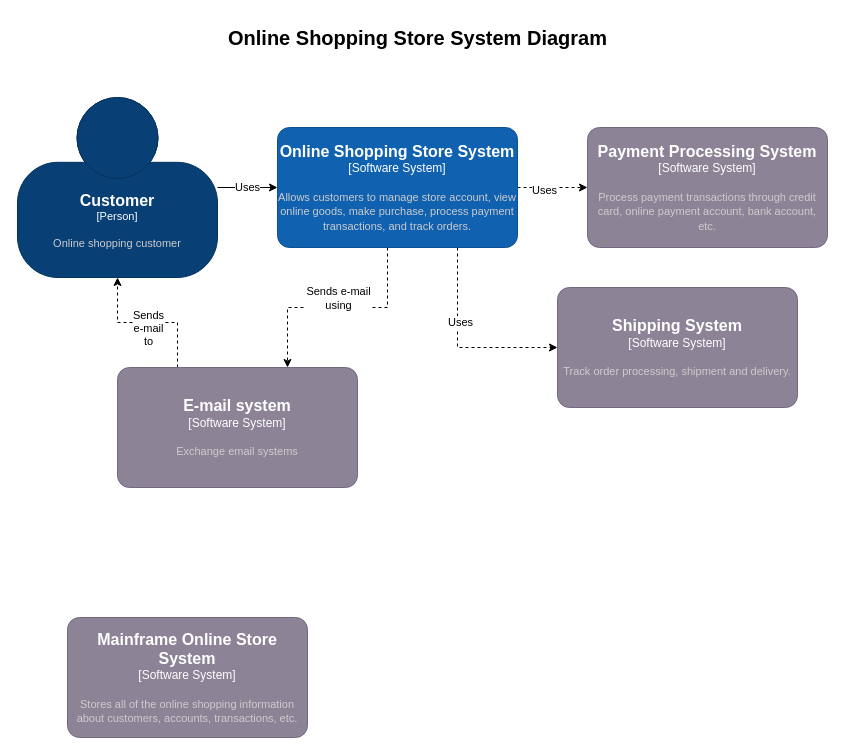
ilvfruits/hello-world keeps this draw.io diagram as OnlineStoreSystemDiagram.drawio. Above is the earlier version. Source tidied: cells renumbered, new cells numbered last; positions are measured from the earlier drawing's top-left corner, leaving out a move shared by most shapes. Both pictures are drawn from the tidied source at 100%, with x=0, y=0 at pixel (17, 17).
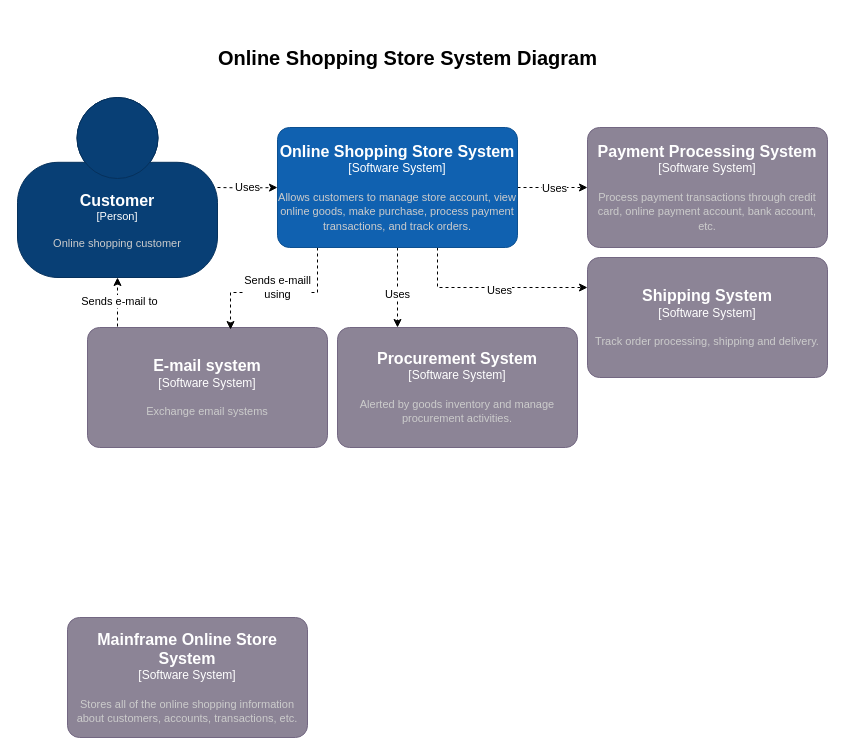
After the change.

Unchanged cells that the change refers to:
```xml
<object id="3" label="&lt;font style=&quot;font-size: 16px&quot;&gt;&lt;b&gt;%c4Name%&lt;/b&gt;&lt;/font&gt;&lt;div&gt;[%c4Type%]&lt;/div&gt;&lt;br&gt;&lt;div&gt;&lt;font style=&quot;font-size: 11px&quot;&gt;&lt;font color=&quot;#cccccc&quot;&gt;%c4Description%&lt;/font&gt;&lt;/div&gt;" c4Description="Online shopping customer" c4Name="Customer" c4Type="Person" placeholders="1">
  <mxCell style="html=1;fontSize=11;dashed=0;whiteSpace=wrap;fillColor=#083F75;strokeColor=#06315C;fontColor=#ffffff;shape=mxgraph.c4.person2;align=center;points=[[0.5,0,0],[1,0.5,0],[1,0.75,0],[0.75,1,0],[0.5,1,0],[0.25,1,0],[0,0.75,0],[0,0.5,0]];" parent="1" vertex="1">
    <mxGeometry y="80" width="200" height="180" as="geometry" />
  </mxCell>
</object>
<object id="14" label="&lt;font style=&quot;font-size: 16px&quot;&gt;&lt;b&gt;%c4Name%&lt;/b&gt;&lt;/font&gt;&lt;div&gt;[%c4Type%]&lt;/div&gt;&lt;br&gt;&lt;div&gt;&lt;font style=&quot;font-size: 11px&quot;&gt;&lt;font color=&quot;#cccccc&quot;&gt;%c4Description%&lt;/font&gt;&lt;/div&gt;" c4Description="Allows customers to manage store account, view online goods, make purchase, process payment transactions, and track orders." c4Name="Online Shopping Store System" c4Type="Software System" placeholders="1">
  <mxCell style="rounded=1;whiteSpace=wrap;html=1;labelBackgroundColor=none;fillColor=#1061B0;fontColor=#ffffff;align=center;arcSize=10;strokeColor=#0D5091;points=[[0.25,0,0],[0.5,0,0],[0.75,0,0],[1,0.25,0],[1,0.5,0],[1,0.75,0],[0.75,1,0],[0.5,1,0],[0.25,1,0],[0,0.75,0],[0,0.5,0],[0,0.25,0]];" parent="1" vertex="1">
    <mxGeometry x="260" y="110" width="240" height="120" as="geometry" />
  </mxCell>
</object>
<object id="15" label="&lt;font style=&quot;font-size: 16px&quot;&gt;&lt;b&gt;%c4Name%&lt;/b&gt;&lt;/font&gt;&lt;div&gt;[%c4Type%]&lt;/div&gt;&lt;br&gt;&lt;div&gt;&lt;font style=&quot;font-size: 11px&quot;&gt;&lt;font color=&quot;#cccccc&quot;&gt;%c4Description%&lt;/font&gt;&lt;/div&gt;" c4Description="Process payment transactions through credit card, online payment account, bank account, etc." c4Name="Payment Processing System" c4Type="Software System" placeholders="1">
  <mxCell style="rounded=1;whiteSpace=wrap;html=1;labelBackgroundColor=none;fillColor=#8C8496;fontColor=#ffffff;align=center;arcSize=10;strokeColor=#736782;points=[[0.25,0,0],[0.5,0,0],[0.75,0,0],[1,0.25,0],[1,0.5,0],[1,0.75,0],[0.75,1,0],[0.5,1,0],[0.25,1,0],[0,0.75,0],[0,0.5,0],[0,0.25,0]];" parent="1" vertex="1">
    <mxGeometry x="570" y="110" width="240" height="120" as="geometry" />
  </mxCell>
</object>
```

Diff of the diagram source:
```diff
@@
-    <mxCell id="2" value="Uses" style="edgeStyle=orthogonalEdgeStyle;rounded=0;jettySize=auto;html=1;" parent="1" edge="1" source="3" target="14">
-      <mxGeometry relative="1" as="geometry" />
+    <mxCell id="2" value="Uses" style="edgeStyle=orthogonalEdgeStyle;rounded=0;jettySize=auto;html=1;dashed=1;" parent="1" edge="1" target="14">
+      <mxGeometry relative="1" as="geometry">
+        <mxPoint x="200" y="170" as="sourcePoint" />
+      </mxGeometry>
     </mxCell>
@@
-    <mxCell id="4" style="edgeStyle=orthogonalEdgeStyle;rounded=0;jettySize=auto;html=1;dashed=1;" parent="1" edge="1" source="6" target="3">
-      <mxGeometry relative="1" as="geometry">
-        <Array as="points">
-          <mxPoint x="160" y="305" />
-          <mxPoint x="100" y="305" />
-        </Array>
-      </mxGeometry>
+    <mxCell id="4" style="edgeStyle=orthogonalEdgeStyle;rounded=0;jettySize=auto;html=1;dashed=1;exitX=0.125;exitY=-0.008;exitDx=0;exitDy=0;exitPerimeter=0;" parent="1" edge="1" source="6" target="3">
+      <mxGeometry relative="1" as="geometry" />
     </mxCell>
-    <mxCell id="5" value="Sends &lt;br&gt;e-mail&lt;br&gt;to" style="edgeLabel;html=1;align=center;verticalAlign=middle;" parent="4" vertex="1">
-      <mxGeometry x="-0.04" relative="1" as="geometry">
-        <mxPoint x="-3" y="5" as="offset" />
+    <mxCell id="5" value="Sends e-mail to" style="edgeLabel;html=1;align=center;verticalAlign=middle;" parent="4" vertex="1">
+      <mxGeometry x="-0.15" y="-1" relative="1" as="geometry">
+        <mxPoint y="-5" as="offset" />
       </mxGeometry>
     </mxCell>
     <object id="6" label="&lt;font style=&quot;font-size: 16px&quot;&gt;&lt;b&gt;%c4Name%&lt;/b&gt;&lt;/font&gt;&lt;div&gt;[%c4Type%]&lt;/div&gt;&lt;br&gt;&lt;div&gt;&lt;font style=&quot;font-size: 11px&quot;&gt;&lt;font color=&quot;#cccccc&quot;&gt;%c4Description%&lt;/font&gt;&lt;/div&gt;" c4Description="Exchange email systems" c4Name="E-mail system" c4Type="Software System" placeholders="1">
       <mxCell style="rounded=1;whiteSpace=wrap;html=1;labelBackgroundColor=none;fillColor=#8C8496;fontColor=#ffffff;align=center;arcSize=10;strokeColor=#736782;points=[[0.25,0,0],[0.5,0,0],[0.75,0,0],[1,0.25,0],[1,0.5,0],[1,0.75,0],[0.75,1,0],[0.5,1,0],[0.25,1,0],[0,0.75,0],[0,0.5,0],[0,0.25,0]];" parent="1" vertex="1">
-        <mxGeometry x="100" y="350" width="240" height="120" as="geometry" />
+        <mxGeometry x="70" y="310" width="240" height="120" as="geometry" />
       </mxCell>
     </object>
@@
-    <mxCell id="8" style="edgeStyle=orthogonalEdgeStyle;rounded=0;jettySize=auto;html=1;dashed=1;" parent="1" edge="1" source="14">
-      <mxGeometry relative="1" as="geometry">
-        <mxPoint x="270" y="350" as="targetPoint" />
-        <Array as="points">
-          <mxPoint x="370" y="290" />
-          <mxPoint x="270" y="290" />
-          <mxPoint x="270" y="351" />
-        </Array>
-      </mxGeometry>
-    </mxCell>
-    <mxCell id="9" value="Sends e-mail &lt;br&gt;using" style="edgeLabel;html=1;align=center;verticalAlign=middle;" parent="8" vertex="1">
-      <mxGeometry x="-0.12" y="-1" relative="1" as="geometry">
-        <mxPoint x="-13" y="-9" as="offset" />
-      </mxGeometry>
-    </mxCell>
     <mxCell id="10" style="edgeStyle=orthogonalEdgeStyle;rounded=0;jettySize=auto;html=1;dashed=1;" parent="1" edge="1" source="14" target="15">
-      <mxGeometry relative="1" as="geometry" />
+      <mxGeometry relative="1" as="geometry">
+        <Array as="points">
+          <mxPoint x="540" y="170" />
+          <mxPoint x="540" y="170" />
+        </Array>
+      </mxGeometry>
     </mxCell>
     <mxCell id="11" value="Uses" style="edgeLabel;html=1;align=center;verticalAlign=middle;" parent="10" vertex="1">
-      <mxGeometry x="-0.26" y="-2" relative="1" as="geometry" />
+      <mxGeometry x="-0.26" y="-2" relative="1" as="geometry">
+        <mxPoint x="10" y="-2" as="offset" />
+      </mxGeometry>
     </mxCell>
-    <mxCell id="12" style="edgeStyle=orthogonalEdgeStyle;rounded=0;jettySize=auto;html=1;entryX=0;entryY=0.5;entryDx=0;entryDy=0;entryPerimeter=0;dashed=1;" parent="1" edge="1" source="14" target="16">
-      <mxGeometry relative="1" as="geometry">
-        <Array as="points">
-          <mxPoint x="440" y="330" />
-        </Array>
-      </mxGeometry>
-    </mxCell>
-    <mxCell id="13" value="Uses" style="edgeLabel;html=1;align=center;verticalAlign=middle;" parent="12" vertex="1">
-      <mxGeometry x="-0.26" y="2" relative="1" as="geometry" />
-    </mxCell>
+    <mxCell id="18" style="edgeStyle=orthogonalEdgeStyle;rounded=0;jettySize=auto;html=1;dashed=1;entryX=0;entryY=0.25;entryDx=0;entryDy=0;entryPerimeter=0;" parent="1" edge="1" source="14" target="23">
+      <mxGeometry relative="1" as="geometry">
+        <Array as="points">
+          <mxPoint x="420" y="270" />
+        </Array>
+      </mxGeometry>
+    </mxCell>
+    <mxCell id="19" value="Uses" style="edgeLabel;html=1;align=center;verticalAlign=middle;" parent="18" vertex="1">
+      <mxGeometry x="0.06" y="-2" relative="1" as="geometry" />
+    </mxCell>
+    <mxCell id="20" value="Sends e-maill&lt;br&gt;using" style="edgeStyle=orthogonalEdgeStyle;rounded=0;jettySize=auto;html=1;dashed=1;entryX=0.596;entryY=0.017;entryDx=0;entryDy=0;entryPerimeter=0;" parent="1" edge="1" source="14" target="6">
+      <mxGeometry x="0.01" y="-5" relative="1" as="geometry">
+        <Array as="points">
+          <mxPoint x="300" y="275" />
+          <mxPoint x="213" y="275" />
+        </Array>
+      </mxGeometry>
+    </mxCell>
+    <mxCell id="21" style="edgeStyle=orthogonalEdgeStyle;rounded=0;jettySize=auto;html=1;entryX=0.25;entryY=0;entryDx=0;entryDy=0;entryPerimeter=0;dashed=1;" parent="1" edge="1" source="14" target="24">
+      <mxGeometry relative="1" as="geometry">
+        <Array as="points">
+          <mxPoint x="380" y="250" />
+          <mxPoint x="380" y="250" />
+        </Array>
+      </mxGeometry>
+    </mxCell>
+    <mxCell id="22" value="Uses" style="edgeLabel;html=1;align=center;verticalAlign=middle;" parent="21" vertex="1">
+      <mxGeometry x="0.14" y="-1" relative="1" as="geometry" />
+    </mxCell>
@@
-    <object id="16" label="&lt;font style=&quot;font-size: 16px&quot;&gt;&lt;b&gt;%c4Name%&lt;/b&gt;&lt;/font&gt;&lt;div&gt;[%c4Type%]&lt;/div&gt;&lt;br&gt;&lt;div&gt;&lt;font style=&quot;font-size: 11px&quot;&gt;&lt;font color=&quot;#cccccc&quot;&gt;%c4Description%&lt;/font&gt;&lt;/div&gt;" c4Description="Track order processing, shipment and delivery." c4Name="Shipping System" c4Type="Software System" placeholders="1">
-      <mxCell style="rounded=1;whiteSpace=wrap;html=1;labelBackgroundColor=none;fillColor=#8C8496;fontColor=#ffffff;align=center;arcSize=10;strokeColor=#736782;points=[[0.25,0,0],[0.5,0,0],[0.75,0,0],[1,0.25,0],[1,0.5,0],[1,0.75,0],[0.75,1,0],[0.5,1,0],[0.25,1,0],[0,0.75,0],[0,0.5,0],[0,0.25,0]];" parent="1" vertex="1">
-        <mxGeometry x="540" y="270" width="240" height="120" as="geometry" />
-      </mxCell>
-    </object>
     <mxCell id="17" value="&lt;font style=&quot;font-size: 20px;&quot;&gt;Online Shopping Store System Diagram&lt;/font&gt;" style="text;html=1;align=center;verticalAlign=middle;strokeColor=none;fillColor=none;fontStyle=1;" parent="1" vertex="1">
-      <mxGeometry x="200" width="400" height="40" as="geometry" />
+      <mxGeometry x="190" y="20" width="400" height="40" as="geometry" />
     </mxCell>
+    <object id="23" label="&lt;font style=&quot;font-size: 16px&quot;&gt;&lt;b&gt;%c4Name%&lt;/b&gt;&lt;/font&gt;&lt;div&gt;[%c4Type%]&lt;/div&gt;&lt;br&gt;&lt;div&gt;&lt;font style=&quot;font-size: 11px&quot;&gt;&lt;font color=&quot;#cccccc&quot;&gt;%c4Description%&lt;/font&gt;&lt;/div&gt;" c4Description="Track order processing, shipping and delivery." c4Name="Shipping System" c4Type="Software System" placeholders="1">
+      <mxCell style="rounded=1;whiteSpace=wrap;html=1;labelBackgroundColor=none;fillColor=#8C8496;fontColor=#ffffff;align=center;arcSize=10;strokeColor=#736782;points=[[0.25,0,0],[0.5,0,0],[0.75,0,0],[1,0.25,0],[1,0.5,0],[1,0.75,0],[0.75,1,0],[0.5,1,0],[0.25,1,0],[0,0.75,0],[0,0.5,0],[0,0.25,0]];" parent="1" vertex="1">
+        <mxGeometry x="570" y="240" width="240" height="120" as="geometry" />
+      </mxCell>
+    </object>
+    <object id="24" label="&lt;font style=&quot;font-size: 16px&quot;&gt;&lt;b&gt;%c4Name%&lt;/b&gt;&lt;/font&gt;&lt;div&gt;[%c4Type%]&lt;/div&gt;&lt;br&gt;&lt;div&gt;&lt;font style=&quot;font-size: 11px&quot;&gt;&lt;font color=&quot;#cccccc&quot;&gt;%c4Description%&lt;/font&gt;&lt;/div&gt;" c4Description="Alerted by goods inventory and manage procurement activities." c4Name="Procurement System" c4Type="Software System" placeholders="1">
+      <mxCell style="rounded=1;whiteSpace=wrap;html=1;labelBackgroundColor=none;fillColor=#8C8496;fontColor=#ffffff;align=center;arcSize=10;strokeColor=#736782;points=[[0.25,0,0],[0.5,0,0],[0.75,0,0],[1,0.25,0],[1,0.5,0],[1,0.75,0],[0.75,1,0],[0.5,1,0],[0.25,1,0],[0,0.75,0],[0,0.5,0],[0,0.25,0]];" parent="1" vertex="1">
+        <mxGeometry x="320" y="310" width="240" height="120" as="geometry" />
+      </mxCell>
+    </object>
```
